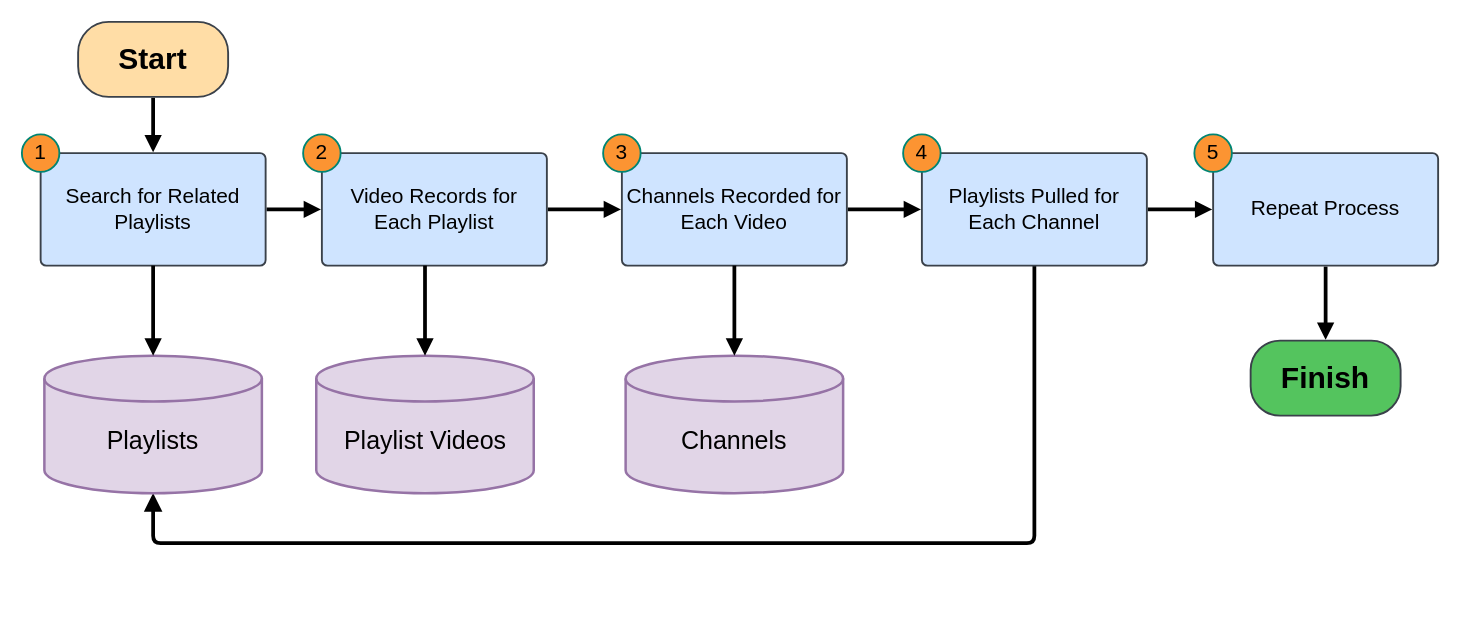
Before: Video Data Acquisition.drawio in ggroenendale/diagram_repo, a draw.io diagram. Source tidied: cells renumbered, new cells numbered last; positions are measured from the earlier drawing's top-left corner, leaving out a move shared by most shapes. Both pictures are drawn from the tidied source at 125%, with x=0, y=0 at pixel (21, 21).
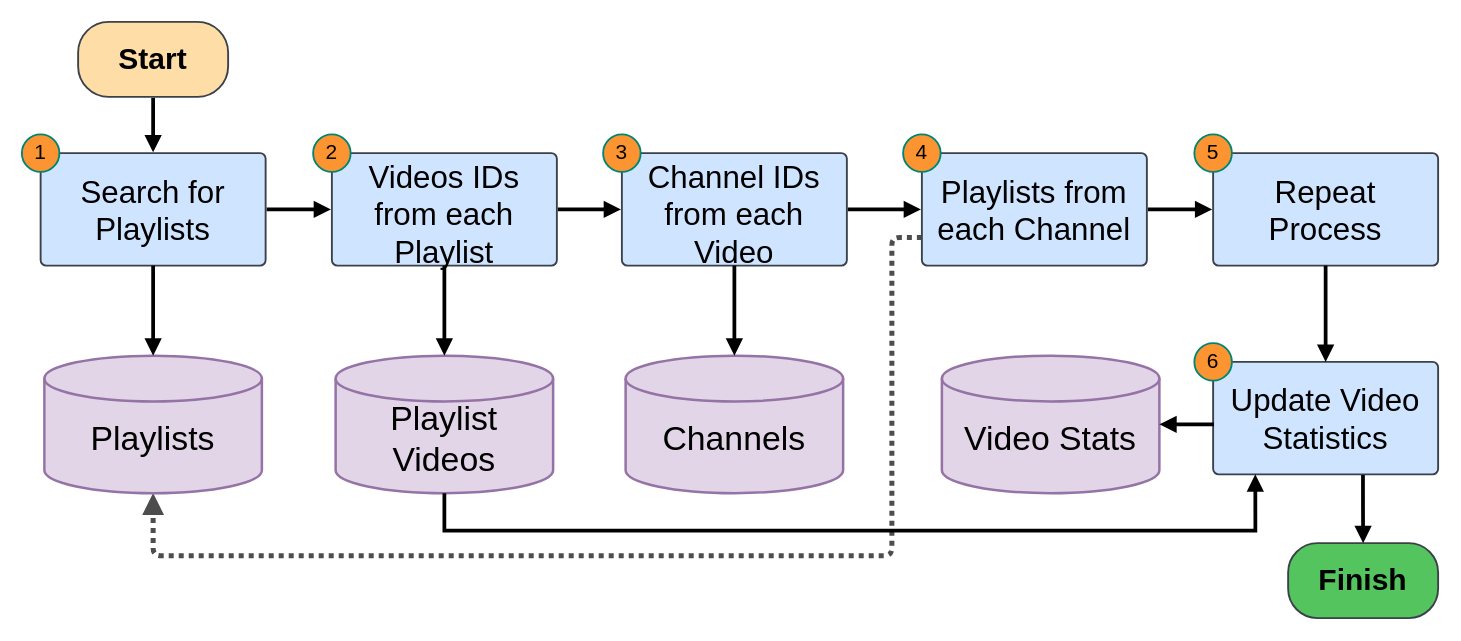
The same page after the edit.

Unchanged cells that the change refers to:
```xml
<mxCell id="10" style="group;" parent="1" vertex="1">
  <mxGeometry x="465" y="90" width="195" height="105" as="geometry" />
</mxCell>
<mxCell id="13" style="group;" parent="1" vertex="1">
  <mxGeometry y="90" width="195" height="105" as="geometry" />
</mxCell>
<mxCell id="18" style="group;" parent="1" vertex="1">
  <mxGeometry x="705" y="90" width="195" height="105" as="geometry" />
</mxCell>
<mxCell id="23" style="group;" parent="1" vertex="1">
  <mxGeometry x="938" y="90" width="195" height="105" as="geometry" />
</mxCell>
```

Diff of the diagram source:
```diff
@@
     <mxCell id="7" style="group;" parent="1" vertex="1">
-      <mxGeometry x="225" y="90" width="195" height="105" as="geometry" />
+      <mxGeometry x="233" y="90" width="195" height="105" as="geometry" />
     </mxCell>
-    <mxCell id="8" value="Video Records for Each Playlist" style="html=1;overflow=block;blockSpacing=1;whiteSpace=wrap;fontSize=16.7;spacing=3.8;verticalAlign=middle;strokeColor=#3a414a;strokeOpacity=100;fillOpacity=100;rounded=1;absoluteArcSize=1;arcSize=9;fillColor=#cfe4ff;strokeWidth=1.5;lucidId=S16u41BVjXE3;" parent="7" vertex="1">
+    <mxCell id="8" value="&lt;font style=&quot;font-size: 25px;&quot;&gt;Videos IDs from each Playlist&lt;/font&gt;" style="html=1;overflow=block;blockSpacing=1;whiteSpace=wrap;fontSize=16.7;spacing=3.8;verticalAlign=middle;strokeColor=#3a414a;strokeOpacity=100;fillOpacity=100;rounded=1;absoluteArcSize=1;arcSize=9;fillColor=#cfe4ff;strokeWidth=1.5;lucidId=S16u41BVjXE3;" parent="7" vertex="1">
       <mxGeometry x="15" y="15" width="180" height="90" as="geometry" />
     </mxCell>
@@
-    <mxCell id="11" value="Channels Recorded for Each Video" style="html=1;overflow=block;blockSpacing=1;whiteSpace=wrap;fontSize=16.7;spacing=3.8;verticalAlign=middle;strokeColor=#3a414a;strokeOpacity=100;fillOpacity=100;rounded=1;absoluteArcSize=1;arcSize=9;fillColor=#cfe4ff;strokeWidth=1.5;lucidId=p-6uXw-BGHr~;" parent="10" vertex="1">
+    <mxCell id="11" value="&lt;font style=&quot;font-size: 25px;&quot;&gt;Channel IDs from each Video&lt;/font&gt;" style="html=1;overflow=block;blockSpacing=1;whiteSpace=wrap;fontSize=16.7;spacing=3.8;verticalAlign=middle;strokeColor=#3a414a;strokeOpacity=100;fillOpacity=100;rounded=1;absoluteArcSize=1;arcSize=9;fillColor=#cfe4ff;strokeWidth=1.5;lucidId=p-6uXw-BGHr~;" parent="10" vertex="1">
       <mxGeometry x="15" y="15" width="180" height="90" as="geometry" />
     </mxCell>
@@
-    <mxCell id="14" value="Search for Related Playlists" style="html=1;overflow=block;blockSpacing=1;whiteSpace=wrap;fontSize=16.7;spacing=3.8;verticalAlign=middle;strokeColor=#3a414a;strokeOpacity=100;fillOpacity=100;rounded=1;absoluteArcSize=1;arcSize=9;fillColor=#cfe4ff;strokeWidth=1.5;lucidId=SW6u_wksAtYL;" parent="13" vertex="1">
+    <mxCell id="14" value="&lt;font style=&quot;font-size: 25px;&quot;&gt;Search for Playlists&lt;/font&gt;" style="html=1;overflow=block;blockSpacing=1;whiteSpace=wrap;fontSize=16.7;spacing=3.8;verticalAlign=middle;strokeColor=#3a414a;strokeOpacity=100;fillOpacity=100;rounded=1;absoluteArcSize=1;arcSize=9;fillColor=#cfe4ff;strokeWidth=1.5;lucidId=SW6u_wksAtYL;" parent="13" vertex="1">
       <mxGeometry x="15" y="15" width="180" height="90" as="geometry" />
     </mxCell>
@@
-    <mxCell id="17" style="html=1;jettySize=18;whiteSpace=wrap;fontSize=13;strokeColor=#000000;strokeOpacity=100;strokeWidth=3;rounded=1;arcSize=12;edgeStyle=orthogonalEdgeStyle;startArrow=none;endArrow=block;endFill=1;exitX=0.5;exitY=0;entryX=0.5;entryY=1;entryPerimeter=0;lucidId=-i7ufhm8Llv8;endSize=7;exitDx=0;exitDy=0;entryDx=0;entryDy=0;" parent="1" edge="1" source="19" target="30">
+    <mxCell id="17" style="html=1;jettySize=18;whiteSpace=wrap;fontSize=13;strokeColor=#4D4D4D;strokeOpacity=100;strokeWidth=4;rounded=1;arcSize=12;edgeStyle=orthogonalEdgeStyle;startArrow=none;endArrow=block;endFill=1;exitX=0;exitY=0.75;entryX=0.5;entryY=1;entryPerimeter=0;lucidId=-i7ufhm8Llv8;endSize=7;exitDx=0;exitDy=0;entryDx=0;entryDy=0;dashed=1;dashPattern=1 1;" parent="1" edge="1" source="19" target="30">
       <mxGeometry relative="1" as="geometry">
         <Array as="points">
-          <mxPoint x="810" y="417" />
-          <mxPoint x="105" y="417" />
+          <mxPoint x="696" y="173" />
+          <mxPoint x="696" y="427" />
+          <mxPoint x="105" y="427" />
         </Array>
       </mxGeometry>
     </mxCell>
@@
-    <mxCell id="19" value="Playlists Pulled for Each Channel" style="html=1;overflow=block;blockSpacing=1;whiteSpace=wrap;fontSize=16.7;spacing=3.8;verticalAlign=middle;strokeColor=#3a414a;strokeOpacity=100;fillOpacity=100;rounded=1;absoluteArcSize=1;arcSize=9;fillColor=#cfe4ff;strokeWidth=1.5;lucidId=M.6uk97XyCFO;" parent="18" vertex="1">
+    <mxCell id="19" value="&lt;font style=&quot;font-size: 25px;&quot;&gt;Playlists from each Channel&lt;/font&gt;" style="html=1;overflow=block;blockSpacing=1;whiteSpace=wrap;fontSize=16.7;spacing=3.8;verticalAlign=middle;strokeColor=#3a414a;strokeOpacity=100;fillOpacity=100;rounded=1;absoluteArcSize=1;arcSize=9;fillColor=#cfe4ff;strokeWidth=1.5;lucidId=M.6uk97XyCFO;" parent="18" vertex="1">
       <mxGeometry x="15" y="15" width="180" height="90" as="geometry" />
     </mxCell>
@@
-    <mxCell id="21" style="html=1;jettySize=18;whiteSpace=wrap;fontSize=13;strokeColor=#000000;strokeOpacity=100;strokeWidth=3;rounded=1;arcSize=12;edgeStyle=orthogonalEdgeStyle;startArrow=none;endArrow=block;endFill=1;exitX=0.5;exitY=1.008;exitPerimeter=0;entryX=0.5;entryY=-0.012;entryPerimeter=0;lucidId=hk7uTk5IF7pY;" parent="1" edge="1" source="24" target="22">
-      <mxGeometry relative="1" as="geometry" />
-    </mxCell>
     <mxCell id="22" value="Finish" style="html=1;overflow=block;blockSpacing=1;whiteSpace=wrap;fontSize=24;spacing=3.8;verticalAlign=middle;strokeColor=#3a414a;strokeOpacity=100;fillOpacity=100;rounded=1;absoluteArcSize=1;arcSize=47;fillColor=#54c45e;strokeWidth=1.5;lucidId=hk7uLVcwX5V9;fontStyle=1;" parent="1" vertex="1">
-      <mxGeometry x="983" y="255" width="120" height="60" as="geometry" />
+      <mxGeometry x="1013" y="417" width="120" height="60" as="geometry" />
     </mxCell>
@@
-    <mxCell id="24" value="Repeat Process" style="html=1;overflow=block;blockSpacing=1;whiteSpace=wrap;fontSize=16.7;spacing=3.8;verticalAlign=middle;strokeColor=#3a414a;strokeOpacity=100;fillOpacity=100;rounded=1;absoluteArcSize=1;arcSize=9;fillColor=#cfe4ff;strokeWidth=1.5;lucidId=_g7utdRJWnZh;" parent="23" vertex="1">
+    <mxCell id="24" value="&lt;font style=&quot;font-size: 25px;&quot;&gt;Repeat Process&lt;/font&gt;" style="html=1;overflow=block;blockSpacing=1;whiteSpace=wrap;fontSize=16.7;spacing=3.8;verticalAlign=middle;strokeColor=#3a414a;strokeOpacity=100;fillOpacity=100;rounded=1;absoluteArcSize=1;arcSize=9;fillColor=#cfe4ff;strokeWidth=1.5;lucidId=_g7utdRJWnZh;" parent="23" vertex="1">
       <mxGeometry x="15" y="15" width="180" height="90" as="geometry" />
     </mxCell>
@@
-    <mxCell id="26" value="&lt;font&gt;Playlist Videos&lt;/font&gt;" style="strokeWidth=2;html=1;shape=mxgraph.flowchart.database;whiteSpace=wrap;fontSize=20;verticalAlign=middle;spacing=6;spacingTop=24;fillColor=#e1d5e7;strokeColor=#9673a6;" parent="1" vertex="1">
-      <mxGeometry x="235.5" y="267" width="174" height="110" as="geometry" />
+    <mxCell id="26" value="&lt;font style=&quot;font-size: 27px;&quot;&gt;Playlist Videos&lt;/font&gt;" style="strokeWidth=2;html=1;shape=mxgraph.flowchart.database;whiteSpace=wrap;fontSize=20;verticalAlign=middle;spacing=6;spacingTop=24;fillColor=#e1d5e7;strokeColor=#9673a6;" parent="1" vertex="1">
+      <mxGeometry x="251" y="267" width="174" height="110" as="geometry" />
     </mxCell>
-    <mxCell id="27" style="html=1;jettySize=18;whiteSpace=wrap;fontSize=13;strokeColor=#000000;strokeOpacity=100;strokeWidth=3;rounded=1;arcSize=12;edgeStyle=orthogonalEdgeStyle;startArrow=none;endArrow=block;endFill=1;exitX=0.5;exitY=1;entryX=0.5;entryY=0;entryPerimeter=0;lucidId=Q_6uuDI5KyMW;exitDx=0;exitDy=0;entryDx=0;entryDy=0;" parent="1" edge="1" source="7" target="26">
+    <mxCell id="27" style="html=1;jettySize=18;whiteSpace=wrap;fontSize=13;strokeColor=#000000;strokeOpacity=100;strokeWidth=3;rounded=1;arcSize=12;edgeStyle=orthogonalEdgeStyle;startArrow=none;endArrow=block;endFill=1;exitX=0.5;exitY=1;entryX=0.5;entryY=0;entryPerimeter=0;lucidId=Q_6uuDI5KyMW;exitDx=0;exitDy=0;entryDx=0;entryDy=0;" parent="1" edge="1" source="8" target="26">
       <mxGeometry relative="1" as="geometry">
         <Array as="points">
-          <mxPoint x="323" y="237" />
-          <mxPoint x="323" y="267" />
+          <mxPoint x="338" y="247" />
+          <mxPoint x="338" y="247" />
         </Array>
       </mxGeometry>
     </mxCell>
-    <mxCell id="28" value="&lt;font&gt;Channels&lt;/font&gt;" style="strokeWidth=2;html=1;shape=mxgraph.flowchart.database;whiteSpace=wrap;fontSize=20;verticalAlign=middle;spacing=6;spacingTop=24;fillColor=#e1d5e7;strokeColor=#9673a6;" parent="1" vertex="1">
+    <mxCell id="28" value="&lt;font style=&quot;font-size: 27px;&quot;&gt;Channels&lt;/font&gt;" style="strokeWidth=2;html=1;shape=mxgraph.flowchart.database;whiteSpace=wrap;fontSize=20;verticalAlign=middle;spacing=6;spacingTop=24;fillColor=#e1d5e7;strokeColor=#9673a6;" parent="1" vertex="1">
       <mxGeometry x="483" y="267" width="174" height="110" as="geometry" />
     </mxCell>
@@
-    <mxCell id="30" value="&lt;font&gt;Playlists&lt;/font&gt;" style="strokeWidth=2;html=1;shape=mxgraph.flowchart.database;whiteSpace=wrap;fontSize=20;verticalAlign=middle;spacing=6;spacingTop=24;fillColor=#e1d5e7;strokeColor=#9673a6;" parent="1" vertex="1">
+    <mxCell id="30" value="&lt;font style=&quot;font-size: 27px;&quot;&gt;Playlists&lt;/font&gt;" style="strokeWidth=2;html=1;shape=mxgraph.flowchart.database;whiteSpace=wrap;fontSize=20;verticalAlign=middle;spacing=6;spacingTop=24;fillColor=#e1d5e7;strokeColor=#9673a6;" parent="1" vertex="1">
       <mxGeometry x="18" y="267" width="174" height="110" as="geometry" />
     </mxCell>
@@
+    <mxCell id="32" style="group;" parent="1" vertex="1">
+      <mxGeometry x="938" y="257" width="195" height="105" as="geometry" />
+    </mxCell>
+    <mxCell id="33" value="&lt;font style=&quot;font-size: 25px;&quot;&gt;Update Video Statistics&lt;/font&gt;" style="html=1;overflow=block;blockSpacing=1;whiteSpace=wrap;fontSize=16.7;spacing=3.8;verticalAlign=middle;strokeColor=#3a414a;strokeOpacity=100;fillOpacity=100;rounded=1;absoluteArcSize=1;arcSize=9;fillColor=#cfe4ff;strokeWidth=1.5;lucidId=S16u41BVjXE3;" parent="32" vertex="1">
+      <mxGeometry x="15" y="15" width="180" height="90" as="geometry" />
+    </mxCell>
+    <mxCell id="34" value="6" style="html=1;overflow=block;blockSpacing=1;whiteSpace=wrap;ellipse;fontSize=16.7;spacing=3.8;strokeColor=#008573;strokeOpacity=100;fillOpacity=100;rounded=1;absoluteArcSize=1;arcSize=9;fillColor=#fc9432;strokeWidth=1.5;lucidId=S16utB_y3xrM;" parent="32" vertex="1">
+      <mxGeometry width="30" height="30" as="geometry" />
+    </mxCell>
+    <mxCell id="35" style="edgeStyle=orthogonalEdgeStyle;rounded=0;jettySize=auto;html=1;exitX=0.5;exitY=1;exitDx=0;exitDy=0;exitPerimeter=0;strokeWidth=3;endArrow=block;endFill=1;entryX=0.25;entryY=1;entryDx=0;entryDy=0;" parent="1" edge="1" source="26" target="32">
+      <mxGeometry relative="1" as="geometry">
+        <Array as="points">
+          <mxPoint x="338" y="407" />
+          <mxPoint x="987" y="407" />
+        </Array>
+      </mxGeometry>
+    </mxCell>
+    <mxCell id="36" value="&lt;font style=&quot;font-size: 27px;&quot;&gt;Video Stats&lt;/font&gt;" style="strokeWidth=2;html=1;shape=mxgraph.flowchart.database;whiteSpace=wrap;fontSize=20;verticalAlign=middle;spacing=6;spacingTop=24;fillColor=#e1d5e7;strokeColor=#9673a6;" parent="1" vertex="1">
+      <mxGeometry x="736" y="267" width="174" height="110" as="geometry" />
+    </mxCell>
+    <mxCell id="37" style="edgeStyle=orthogonalEdgeStyle;rounded=0;jettySize=auto;html=1;entryX=1;entryY=0.5;entryDx=0;entryDy=0;entryPerimeter=0;exitX=0.004;exitY=0.556;exitDx=0;exitDy=0;exitPerimeter=0;strokeWidth=3;endArrow=block;endFill=1;" parent="1" edge="1" source="33" target="36">
+      <mxGeometry relative="1" as="geometry" />
+    </mxCell>
+    <mxCell id="38" style="edgeStyle=orthogonalEdgeStyle;rounded=0;jettySize=auto;html=1;exitX=0.5;exitY=1;exitDx=0;exitDy=0;entryX=0.5;entryY=0;entryDx=0;entryDy=0;endArrow=block;endFill=1;strokeWidth=3;" parent="1" edge="1" source="24" target="33">
+      <mxGeometry relative="1" as="geometry" />
+    </mxCell>
+    <mxCell id="39" style="edgeStyle=orthogonalEdgeStyle;rounded=0;jettySize=auto;html=1;exitX=0.666;exitY=1.005;exitDx=0;exitDy=0;entryX=0.5;entryY=0;entryDx=0;entryDy=0;strokeWidth=3;endArrow=block;endFill=1;exitPerimeter=0;" parent="1" edge="1" source="33" target="22">
+      <mxGeometry relative="1" as="geometry" />
+    </mxCell>
```
